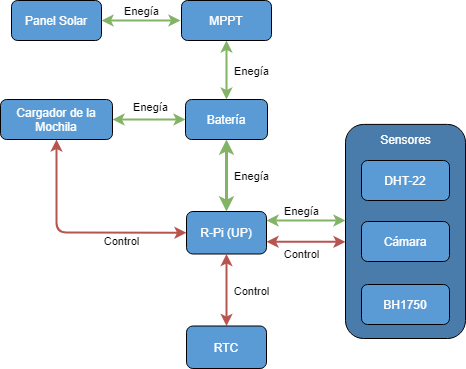
The draw.io diagram Utils/Drawio/DiagramaHardware.png in tlondero/Dise-o, before a commit. Source tidied: cells renumbered, new cells last; positions are measured from the earlier drawing's top-left corner, leaving out a move shared by most shapes.
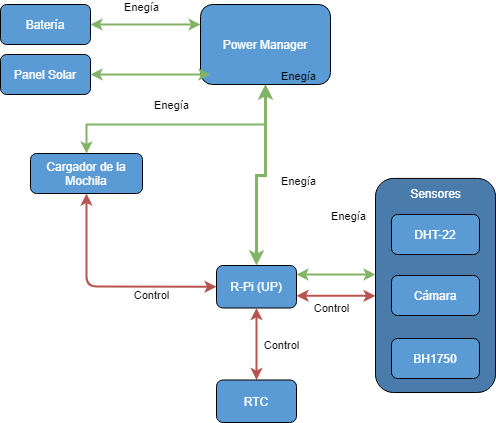
Later version of the same file.

What changed in the source:
```diff
@@ -30,28 +30,38 @@
       <mxGeometry x="186" y="211" width="80" height="42.5" as="geometry" />
     </mxCell>
     <mxCell id="8" style="edgeStyle=orthogonalEdgeStyle;rounded=0;jettySize=auto;html=1;startArrow=classic;startFill=1;strokeWidth=3;fillColor=#d5e8d4;strokeColor=#82b366;" parent="1" edge="1" source="9" target="7">
-      <mxGeometry relative="1" as="geometry" />
+      <mxGeometry relative="1" as="geometry">
+        <Array as="points">
+          <mxPoint x="235" y="121" />
+          <mxPoint x="226" y="121" />
+        </Array>
+      </mxGeometry>
     </mxCell>
-    <mxCell id="9" value="&lt;font color=&quot;#ffffff&quot;&gt;Batería&lt;/font&gt;" style="rounded=1;whiteSpace=wrap;html=1;fillColor=#5B9BD5;" parent="1" vertex="1">
-      <mxGeometry x="185" y="99" width="82" height="40" as="geometry" />
+    <mxCell id="9" value="&lt;font color=&quot;#ffffff&quot;&gt;Power Manager&lt;/font&gt;" style="rounded=1;whiteSpace=wrap;html=1;fillColor=#5B9BD5;" parent="1" vertex="1">
+      <mxGeometry x="170" y="-50" width="130" height="80" as="geometry" />
     </mxCell>
-    <mxCell id="10" style="edgeStyle=orthogonalEdgeStyle;rounded=0;jettySize=auto;html=1;startArrow=classic;startFill=1;strokeWidth=2;fillColor=#d5e8d4;strokeColor=#82b366;" parent="1" edge="1" source="11" target="9">
+    <mxCell id="10" style="edgeStyle=orthogonalEdgeStyle;rounded=0;jettySize=auto;html=1;startArrow=classic;startFill=1;strokeWidth=2;fillColor=#d5e8d4;strokeColor=#82b366;entryX=0;entryY=0.25;entryDx=0;entryDy=0;" parent="1" edge="1" source="11" target="9">
       <mxGeometry relative="1" as="geometry" />
     </mxCell>
-    <mxCell id="11" value="&lt;font color=&quot;#ffffff&quot;&gt;MPPT&lt;/font&gt;" style="rounded=1;whiteSpace=wrap;html=1;fillColor=#5B9BD5;" parent="1" vertex="1">
-      <mxGeometry x="181" width="90" height="40" as="geometry" />
+    <mxCell id="11" value="&lt;font color=&quot;#ffffff&quot;&gt;Batería&lt;/font&gt;" style="rounded=1;whiteSpace=wrap;html=1;fillColor=#5B9BD5;" parent="1" vertex="1">
+      <mxGeometry x="-30" y="-50" width="90" height="40" as="geometry" />
     </mxCell>
     <mxCell id="12" style="edgeStyle=orthogonalEdgeStyle;rounded=0;jettySize=auto;html=1;startArrow=classic;startFill=1;strokeWidth=2;fillColor=#d5e8d4;strokeColor=#82b366;" parent="1" edge="1" source="18" target="9">
-      <mxGeometry relative="1" as="geometry" />
+      <mxGeometry relative="1" as="geometry">
+        <Array as="points">
+          <mxPoint x="56" y="70" />
+          <mxPoint x="235" y="70" />
+        </Array>
+      </mxGeometry>
     </mxCell>
     <mxCell id="13" value="Enegía" style="edgeLabel;html=1;align=center;verticalAlign=middle;labelBackgroundColor=none;" parent="12" vertex="1">
       <mxGeometry x="0.16" y="-1" relative="1" as="geometry">
-        <mxPoint x="-5" y="-14" as="offset" />
+        <mxPoint x="-31" y="-21" as="offset" />
       </mxGeometry>
     </mxCell>
     <mxCell id="14" value="Enegía" style="edgeLabel;html=1;align=center;verticalAlign=middle;labelBackgroundColor=none;" parent="12" vertex="1">
       <mxGeometry x="0.16" y="-1" relative="1" as="geometry">
-        <mxPoint x="-14" y="-110" as="offset" />
+        <mxPoint x="-61" y="-119" as="offset" />
       </mxGeometry>
     </mxCell>
     <mxCell id="15" value="Enegía" style="edgeLabel;html=1;align=center;verticalAlign=middle;labelBackgroundColor=none;" parent="12" vertex="1">
@@ -90,7 +100,7 @@
       </mxGeometry>
     </mxCell>
     <mxCell id="24" value="&lt;font color=&quot;#ffffff&quot;&gt;Panel Solar&lt;/font&gt;" style="rounded=1;whiteSpace=wrap;html=1;fillColor=#5B9BD5;" parent="1" vertex="1">
-      <mxGeometry x="11" width="90" height="40" as="geometry" />
+      <mxGeometry x="-30" width="90" height="40" as="geometry" />
     </mxCell>
     <mxCell id="25" style="endArrow=classic;startArrow=classic;html=1;entryX=0.5;entryY=1;entryDx=0;entryDy=0;exitX=0;exitY=0.5;exitDx=0;exitDy=0;rounded=1;strokeWidth=2;fillColor=#f8cecc;strokeColor=#b85450;" parent="1" edge="1" source="7" target="18">
       <mxGeometry relative="1" as="geometry">
```
